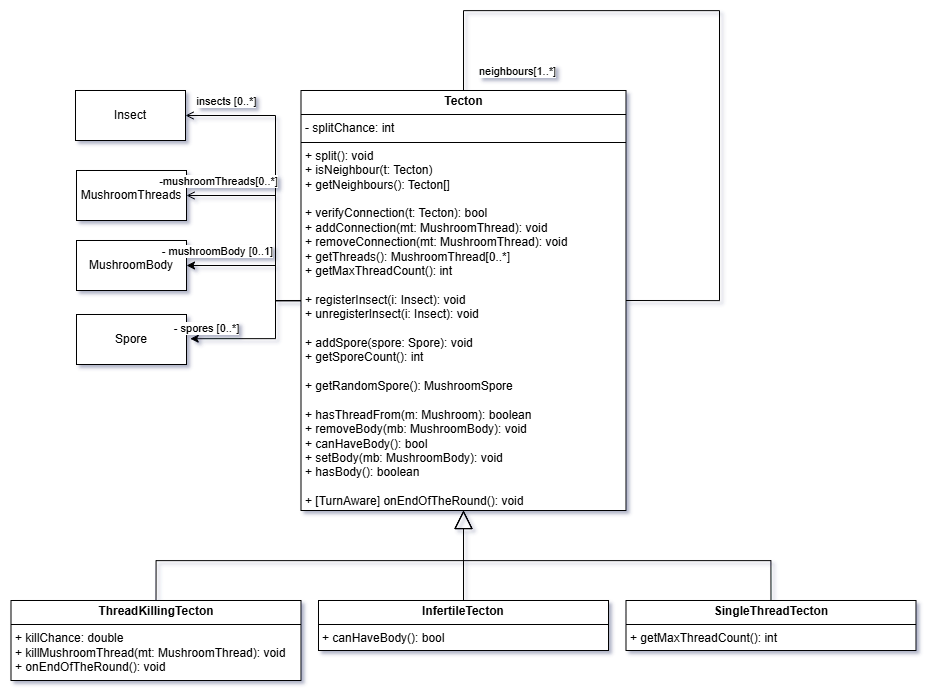
The draw.io diagram diagrams/class/tecton.png in dzsem/projlab, before a commit. Source tidied: cells renumbered, new cells last; positions are measured from the earlier drawing's top-left corner, leaving out a move shared by most shapes.
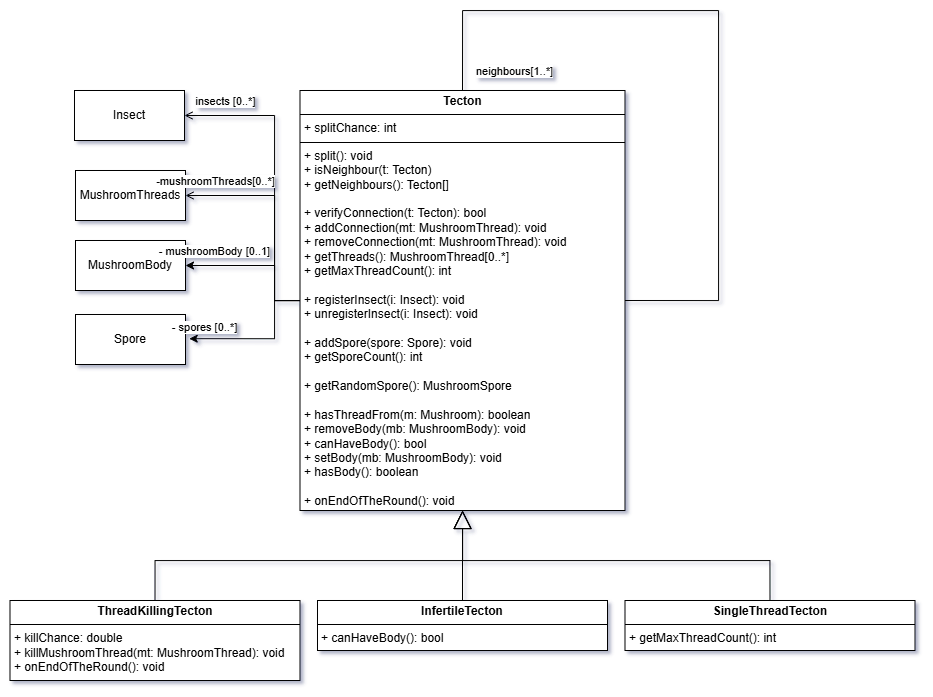
After the change.

Commit message:
Updated class diagrams

Change to the diagram source:
```diff
@@ -31,7 +31,7 @@
         <mxPoint x="17" y="-15" as="offset" />
       </mxGeometry>
     </mxCell>
-    <mxCell id="7" value="&lt;p style=&quot;margin:0px;margin-top:4px;text-align:center;&quot;&gt;&lt;b&gt;Tecton&lt;/b&gt;&lt;/p&gt;&lt;hr size=&quot;1&quot; style=&quot;border-style:solid;&quot;&gt;&lt;p style=&quot;margin:0px;margin-left:4px;&quot;&gt;- splitChance: int&lt;/p&gt;&lt;hr size=&quot;1&quot; style=&quot;border-style:solid;&quot;&gt;&lt;p style=&quot;margin:0px;margin-left:4px;&quot;&gt;+ &lt;span style=&quot;background-color: transparent; color: light-dark(rgb(0, 0, 0), rgb(255, 255, 255));&quot;&gt;split(): void&lt;/span&gt;&lt;/p&gt;&lt;p style=&quot;margin:0px;margin-left:4px;&quot;&gt;+ &lt;span style=&quot;background-color: transparent; color: light-dark(rgb(0, 0, 0), rgb(255, 255, 255));&quot;&gt;isNeighbour(t: Tecton)&lt;/span&gt;&lt;/p&gt;&lt;p style=&quot;margin:0px;margin-left:4px;&quot;&gt;&lt;span style=&quot;background-color: transparent; color: light-dark(rgb(0, 0, 0), rgb(255, 255, 255));&quot;&gt;+ &lt;/span&gt;&lt;span style=&quot;background-color: transparent; color: light-dark(rgb(0, 0, 0), rgb(255, 255, 255));&quot;&gt;getNeighbours(): Tecton[]&lt;/span&gt;&lt;/p&gt;&lt;p style=&quot;margin:0px;margin-left:4px;&quot;&gt;&lt;br&gt;&lt;/p&gt;&lt;p style=&quot;margin:0px;margin-left:4px;&quot;&gt;+&amp;nbsp;&lt;span style=&quot;background-color: transparent; color: light-dark(rgb(0, 0, 0), rgb(255, 255, 255));&quot;&gt;verifyConnection(t: Tecton): bool&lt;/span&gt;&lt;/p&gt;&lt;p style=&quot;margin:0px;margin-left:4px;&quot;&gt;+ &lt;span style=&quot;background-color: transparent; color: light-dark(rgb(0, 0, 0), rgb(255, 255, 255));&quot;&gt;addConnection(mt: MushroomThread): void&lt;/span&gt;&lt;/p&gt;&lt;p style=&quot;margin:0px;margin-left:4px;&quot;&gt;+ &lt;span style=&quot;background-color: transparent; color: light-dark(rgb(0, 0, 0), rgb(255, 255, 255));&quot;&gt;removeConnection(mt: MushroomThread): void&lt;/span&gt;&lt;/p&gt;&lt;p style=&quot;margin:0px;margin-left:4px;&quot;&gt;+&amp;nbsp;&lt;span style=&quot;background-color: transparent; color: light-dark(rgb(0, 0, 0), rgb(255, 255, 255));&quot;&gt;getThreads(): MushroomThread[0..*]&lt;/span&gt;&lt;/p&gt;&lt;p style=&quot;margin:0px;margin-left:4px;&quot;&gt;+ getMaxThreadCount(): int&lt;/p&gt;&lt;p style=&quot;margin:0px;margin-left:4px;&quot;&gt;&lt;br&gt;&lt;/p&gt;&lt;p style=&quot;margin:0px;margin-left:4px;&quot;&gt;&lt;span style=&quot;background-color: transparent; color: light-dark(rgb(0, 0, 0), rgb(255, 255, 255));&quot;&gt;+ &lt;/span&gt;&lt;span style=&quot;background-color: transparent; color: light-dark(rgb(0, 0, 0), rgb(255, 255, 255));&quot;&gt;registerInsect(i: Insect): void&lt;/span&gt;&lt;/p&gt;&lt;p style=&quot;margin:0px;margin-left:4px;&quot;&gt;+&amp;nbsp;&lt;span style=&quot;background-color: transparent; color: light-dark(rgb(0, 0, 0), rgb(255, 255, 255));&quot;&gt;unregisterInsect(i: Insect): void&lt;/span&gt;&lt;/p&gt;&lt;p style=&quot;margin:0px;margin-left:4px;&quot;&gt;&lt;br&gt;&lt;/p&gt;&lt;p style=&quot;margin:0px;margin-left:4px;&quot;&gt;+ &lt;span style=&quot;background-color: transparent; color: light-dark(rgb(0, 0, 0), rgb(255, 255, 255));&quot;&gt;addSpore(spore: Spore): void&lt;/span&gt;&lt;/p&gt;&lt;p style=&quot;margin:0px;margin-left:4px;&quot;&gt;&lt;span style=&quot;background-color: transparent; color: light-dark(rgb(0, 0, 0), rgb(255, 255, 255));&quot;&gt;+ &lt;/span&gt;&lt;span style=&quot;background-color: transparent; color: light-dark(rgb(0, 0, 0), rgb(255, 255, 255));&quot;&gt;getSporeCount(): int&lt;/span&gt;&lt;/p&gt;&lt;p style=&quot;margin:0px;margin-left:4px;&quot;&gt;&lt;br&gt;&lt;/p&gt;&lt;p style=&quot;margin:0px;margin-left:4px;&quot;&gt;+&amp;nbsp;&lt;span style=&quot;background-color: transparent; color: light-dark(rgb(0, 0, 0), rgb(255, 255, 255));&quot;&gt;getRandomSpore(): MushroomSpore&lt;/span&gt;&lt;/p&gt;&lt;p style=&quot;margin:0px;margin-left:4px;&quot;&gt;&lt;span style=&quot;background-color: transparent; color: light-dark(rgb(0, 0, 0), rgb(255, 255, 255));&quot;&gt;&lt;br&gt;&lt;/span&gt;&lt;/p&gt;&lt;p style=&quot;margin:0px;margin-left:4px;&quot;&gt;+ &lt;span style=&quot;background-color: transparent; color: light-dark(rgb(0, 0, 0), rgb(255, 255, 255));&quot;&gt;hasThreadFrom(m: Mushroom): boolean&lt;/span&gt;&lt;/p&gt;&lt;p style=&quot;margin:0px;margin-left:4px;&quot;&gt;&lt;span style=&quot;background-color: transparent; color: light-dark(rgb(0, 0, 0), rgb(255, 255, 255));&quot;&gt;+&amp;nbsp;&lt;/span&gt;&lt;span style=&quot;background-color: transparent; color: light-dark(rgb(0, 0, 0), rgb(255, 255, 255));&quot;&gt;removeBody(mb: MushroomBody): void&lt;/span&gt;&lt;/p&gt;&lt;p style=&quot;margin:0px;margin-left:4px;&quot;&gt;+&amp;nbsp;&lt;span style=&quot;background-color: transparent; color: light-dark(rgb(0, 0, 0), rgb(255, 255, 255));&quot;&gt;canHaveBody(): bool&lt;/span&gt;&lt;/p&gt;&lt;p style=&quot;margin:0px;margin-left:4px;&quot;&gt;+&amp;nbsp;&lt;span style=&quot;background-color: transparent; color: light-dark(rgb(0, 0, 0), rgb(255, 255, 255));&quot;&gt;setBody(mb: MushroomBody): void&lt;/span&gt;&lt;/p&gt;&lt;p style=&quot;margin:0px;margin-left:4px;&quot;&gt;+&amp;nbsp;&lt;span style=&quot;background-color: transparent; color: light-dark(rgb(0, 0, 0), rgb(255, 255, 255));&quot;&gt;hasBody(): boolean&lt;/span&gt;&lt;/p&gt;&lt;p style=&quot;margin:0px;margin-left:4px;&quot;&gt;&lt;br&gt;&lt;/p&gt;&lt;p style=&quot;margin:0px;margin-left:4px;&quot;&gt;+&amp;nbsp;&lt;span style=&quot;background-color: transparent; color: light-dark(rgb(0, 0, 0), rgb(255, 255, 255));&quot;&gt;[TurnAware]&amp;nbsp;&lt;/span&gt;&lt;span style=&quot;background-color: transparent; color: light-dark(rgb(0, 0, 0), rgb(255, 255, 255));&quot;&gt;onEndOfTheRound(): void&lt;/span&gt;&lt;/p&gt;" style="verticalAlign=top;align=left;overflow=fill;html=1;whiteSpace=wrap;" parent="1" vertex="1">
+    <mxCell id="7" value="&lt;p style=&quot;margin:0px;margin-top:4px;text-align:center;&quot;&gt;&lt;b&gt;Tecton&lt;/b&gt;&lt;/p&gt;&lt;hr size=&quot;1&quot; style=&quot;border-style:solid;&quot;&gt;&lt;p style=&quot;margin:0px;margin-left:4px;&quot;&gt;+ splitChance: int&lt;/p&gt;&lt;hr size=&quot;1&quot; style=&quot;border-style:solid;&quot;&gt;&lt;p style=&quot;margin:0px;margin-left:4px;&quot;&gt;+ &lt;span style=&quot;background-color: transparent; color: light-dark(rgb(0, 0, 0), rgb(255, 255, 255));&quot;&gt;split(): void&lt;/span&gt;&lt;/p&gt;&lt;p style=&quot;margin:0px;margin-left:4px;&quot;&gt;+ &lt;span style=&quot;background-color: transparent; color: light-dark(rgb(0, 0, 0), rgb(255, 255, 255));&quot;&gt;isNeighbour(t: Tecton)&lt;/span&gt;&lt;/p&gt;&lt;p style=&quot;margin:0px;margin-left:4px;&quot;&gt;&lt;span style=&quot;background-color: transparent; color: light-dark(rgb(0, 0, 0), rgb(255, 255, 255));&quot;&gt;+ &lt;/span&gt;&lt;span style=&quot;background-color: transparent; color: light-dark(rgb(0, 0, 0), rgb(255, 255, 255));&quot;&gt;getNeighbours(): Tecton[]&lt;/span&gt;&lt;/p&gt;&lt;p style=&quot;margin:0px;margin-left:4px;&quot;&gt;&lt;br&gt;&lt;/p&gt;&lt;p style=&quot;margin:0px;margin-left:4px;&quot;&gt;+&amp;nbsp;&lt;span style=&quot;background-color: transparent; color: light-dark(rgb(0, 0, 0), rgb(255, 255, 255));&quot;&gt;verifyConnection(t: Tecton): bool&lt;/span&gt;&lt;/p&gt;&lt;p style=&quot;margin:0px;margin-left:4px;&quot;&gt;+ &lt;span style=&quot;background-color: transparent; color: light-dark(rgb(0, 0, 0), rgb(255, 255, 255));&quot;&gt;addConnection(mt: MushroomThread): void&lt;/span&gt;&lt;/p&gt;&lt;p style=&quot;margin:0px;margin-left:4px;&quot;&gt;+ &lt;span style=&quot;background-color: transparent; color: light-dark(rgb(0, 0, 0), rgb(255, 255, 255));&quot;&gt;removeConnection(mt: MushroomThread): void&lt;/span&gt;&lt;/p&gt;&lt;p style=&quot;margin:0px;margin-left:4px;&quot;&gt;+&amp;nbsp;&lt;span style=&quot;background-color: transparent; color: light-dark(rgb(0, 0, 0), rgb(255, 255, 255));&quot;&gt;getThreads(): MushroomThread[0..*]&lt;/span&gt;&lt;/p&gt;&lt;p style=&quot;margin:0px;margin-left:4px;&quot;&gt;+ getMaxThreadCount(): int&lt;/p&gt;&lt;p style=&quot;margin:0px;margin-left:4px;&quot;&gt;&lt;br&gt;&lt;/p&gt;&lt;p style=&quot;margin:0px;margin-left:4px;&quot;&gt;&lt;span style=&quot;background-color: transparent; color: light-dark(rgb(0, 0, 0), rgb(255, 255, 255));&quot;&gt;+ &lt;/span&gt;&lt;span style=&quot;background-color: transparent; color: light-dark(rgb(0, 0, 0), rgb(255, 255, 255));&quot;&gt;registerInsect(i: Insect): void&lt;/span&gt;&lt;/p&gt;&lt;p style=&quot;margin:0px;margin-left:4px;&quot;&gt;+&amp;nbsp;&lt;span style=&quot;background-color: transparent; color: light-dark(rgb(0, 0, 0), rgb(255, 255, 255));&quot;&gt;unregisterInsect(i: Insect): void&lt;/span&gt;&lt;/p&gt;&lt;p style=&quot;margin:0px;margin-left:4px;&quot;&gt;&lt;br&gt;&lt;/p&gt;&lt;p style=&quot;margin:0px;margin-left:4px;&quot;&gt;+ &lt;span style=&quot;background-color: transparent; color: light-dark(rgb(0, 0, 0), rgb(255, 255, 255));&quot;&gt;addSpore(spore: Spore): void&lt;/span&gt;&lt;/p&gt;&lt;p style=&quot;margin:0px;margin-left:4px;&quot;&gt;&lt;span style=&quot;background-color: transparent; color: light-dark(rgb(0, 0, 0), rgb(255, 255, 255));&quot;&gt;+ &lt;/span&gt;&lt;span style=&quot;background-color: transparent; color: light-dark(rgb(0, 0, 0), rgb(255, 255, 255));&quot;&gt;getSporeCount(): int&lt;/span&gt;&lt;/p&gt;&lt;p style=&quot;margin:0px;margin-left:4px;&quot;&gt;&lt;br&gt;&lt;/p&gt;&lt;p style=&quot;margin:0px;margin-left:4px;&quot;&gt;+&amp;nbsp;&lt;span style=&quot;background-color: transparent; color: light-dark(rgb(0, 0, 0), rgb(255, 255, 255));&quot;&gt;getRandomSpore(): MushroomSpore&lt;/span&gt;&lt;/p&gt;&lt;p style=&quot;margin:0px;margin-left:4px;&quot;&gt;&lt;span style=&quot;background-color: transparent; color: light-dark(rgb(0, 0, 0), rgb(255, 255, 255));&quot;&gt;&lt;br&gt;&lt;/span&gt;&lt;/p&gt;&lt;p style=&quot;margin:0px;margin-left:4px;&quot;&gt;+ &lt;span style=&quot;background-color: transparent; color: light-dark(rgb(0, 0, 0), rgb(255, 255, 255));&quot;&gt;hasThreadFrom(m: Mushroom): boolean&lt;/span&gt;&lt;/p&gt;&lt;p style=&quot;margin:0px;margin-left:4px;&quot;&gt;&lt;span style=&quot;background-color: transparent; color: light-dark(rgb(0, 0, 0), rgb(255, 255, 255));&quot;&gt;+&amp;nbsp;&lt;/span&gt;&lt;span style=&quot;background-color: transparent; color: light-dark(rgb(0, 0, 0), rgb(255, 255, 255));&quot;&gt;removeBody(mb: MushroomBody): void&lt;/span&gt;&lt;/p&gt;&lt;p style=&quot;margin:0px;margin-left:4px;&quot;&gt;+&amp;nbsp;&lt;span style=&quot;background-color: transparent; color: light-dark(rgb(0, 0, 0), rgb(255, 255, 255));&quot;&gt;canHaveBody(): bool&lt;/span&gt;&lt;/p&gt;&lt;p style=&quot;margin:0px;margin-left:4px;&quot;&gt;+&amp;nbsp;&lt;span style=&quot;background-color: transparent; color: light-dark(rgb(0, 0, 0), rgb(255, 255, 255));&quot;&gt;setBody(mb: MushroomBody): void&lt;/span&gt;&lt;/p&gt;&lt;p style=&quot;margin:0px;margin-left:4px;&quot;&gt;+&amp;nbsp;&lt;span style=&quot;background-color: transparent; color: light-dark(rgb(0, 0, 0), rgb(255, 255, 255));&quot;&gt;hasBody(): boolean&lt;/span&gt;&lt;/p&gt;&lt;p style=&quot;margin:0px;margin-left:4px;&quot;&gt;&lt;br&gt;&lt;/p&gt;&lt;p style=&quot;margin:0px;margin-left:4px;&quot;&gt;+&amp;nbsp;&lt;span style=&quot;background-color: transparent; color: light-dark(rgb(0, 0, 0), rgb(255, 255, 255));&quot;&gt;onEndOfTheRound(): void&lt;/span&gt;&lt;/p&gt;" style="verticalAlign=top;align=left;overflow=fill;html=1;whiteSpace=wrap;" parent="1" vertex="1">
       <mxGeometry x="289.5" y="80" width="325" height="420" as="geometry" />
     </mxCell>
     <mxCell id="8" style="edgeStyle=orthogonalEdgeStyle;rounded=0;jettySize=auto;html=1;exitX=0.5;exitY=0;exitDx=0;exitDy=0;endArrow=block;endFill=0;endSize=16;" parent="1" edge="1" source="9" target="7">
```
